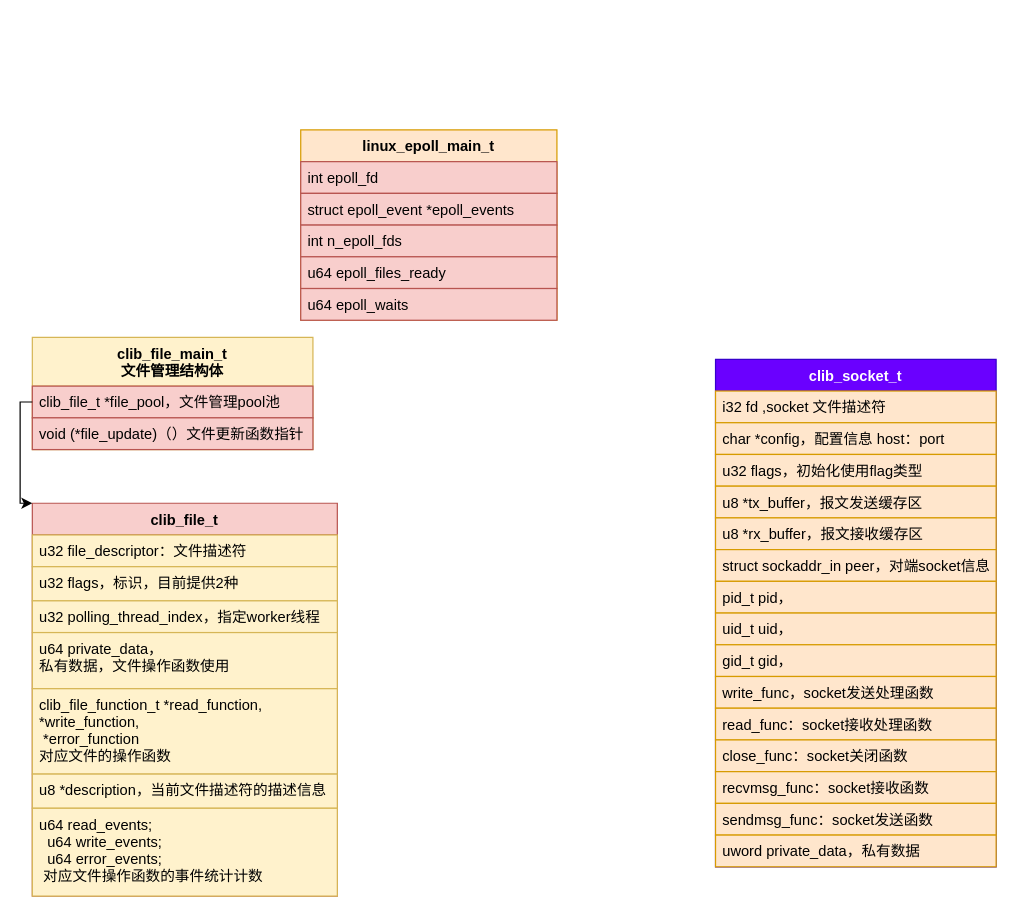
Earlier version of the draw.io diagram new_map/vppinfra_socket.drawio (jin13417/dpdk-vpp-learning). Source tidied: cells renumbered, new cells numbered last; positions are measured from the earlier drawing's top-left corner, leaving out a move shared by most shapes. Both pictures are drawn from the tidied source at 122%, with x=0, y=0 at pixel (20, 129).
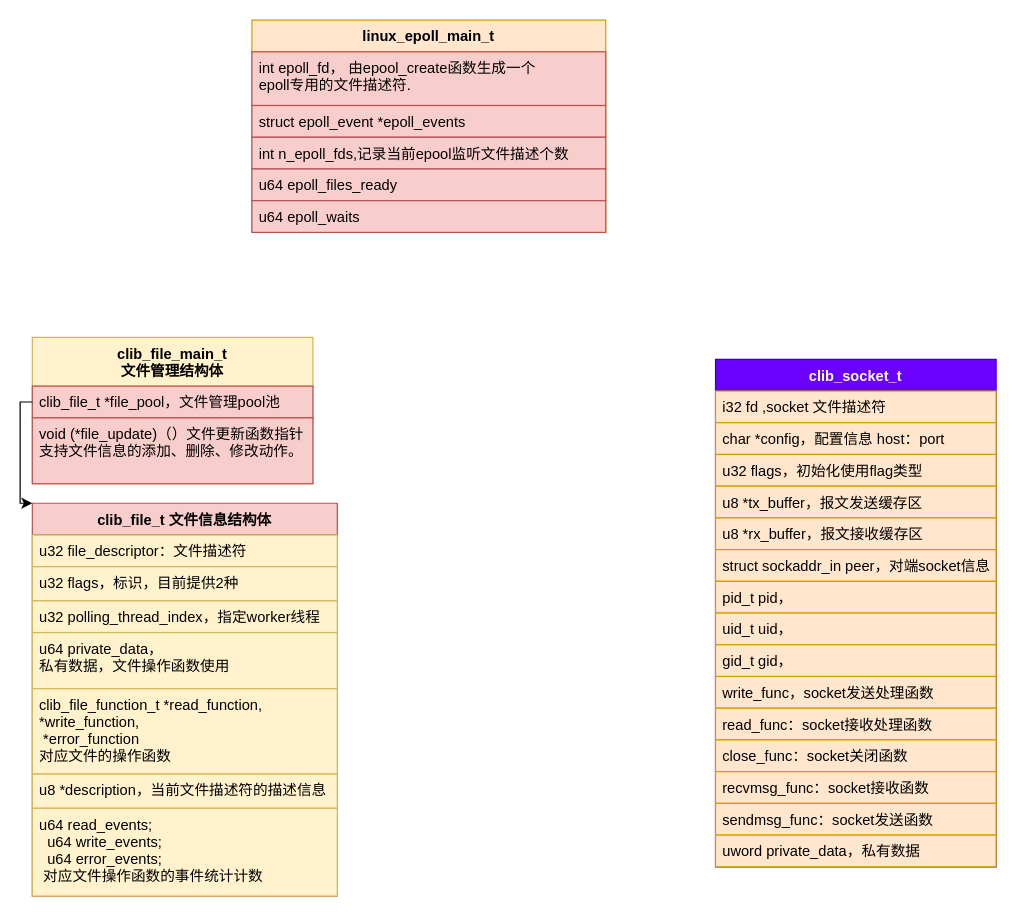
The same diagram, later.

Diff of the diagram source:
```diff
@@
     <mxCell id="18" value="linux_epoll_main_t" style="swimlane;fontStyle=1;align=center;verticalAlign=top;horizontal=1;startSize=26;fillColor=#ffe6cc;strokeColor=#d79b00;" parent="1" vertex="1">
-      <mxGeometry x="230" width="210" height="156" as="geometry" />
+      <mxGeometry x="190" y="-90" width="290" height="174" as="geometry" />
     </mxCell>
-    <mxCell id="19" value="int epoll_fd" style="text;strokeColor=#b85450;fillColor=#f8cecc;align=left;verticalAlign=top;spacingLeft=4;spacingRight=4;overflow=hidden;" parent="18" vertex="1">
-      <mxGeometry y="26" width="210" height="26" as="geometry" />
+    <mxCell id="19" value="int epoll_fd， 由epool_create函数生成一个&#10;epoll专用的文件描述符." style="text;strokeColor=#b85450;fillColor=#f8cecc;align=left;verticalAlign=top;spacingLeft=4;spacingRight=4;overflow=hidden;" parent="18" vertex="1">
+      <mxGeometry y="26" width="290" height="44" as="geometry" />
     </mxCell>
     <mxCell id="20" value="struct epoll_event *epoll_events" style="text;strokeColor=#b85450;fillColor=#f8cecc;align=left;verticalAlign=top;spacingLeft=4;spacingRight=4;overflow=hidden;" parent="18" vertex="1">
-      <mxGeometry y="52" width="210" height="26" as="geometry" />
+      <mxGeometry y="70" width="290" height="26" as="geometry" />
     </mxCell>
-    <mxCell id="21" value="int n_epoll_fds" style="text;fillColor=#f8cecc;align=left;verticalAlign=top;spacingLeft=4;spacingRight=4;overflow=hidden;strokeColor=#b85450;" parent="18" vertex="1">
-      <mxGeometry y="78" width="210" height="26" as="geometry" />
+    <mxCell id="21" value="int n_epoll_fds,记录当前epool监听文件描述个数" style="text;fillColor=#f8cecc;align=left;verticalAlign=top;spacingLeft=4;spacingRight=4;overflow=hidden;strokeColor=#b85450;" parent="18" vertex="1">
+      <mxGeometry y="96" width="290" height="26" as="geometry" />
     </mxCell>
     <mxCell id="22" value="u64 epoll_files_ready" style="text;fillColor=#f8cecc;align=left;verticalAlign=top;spacingLeft=4;spacingRight=4;overflow=hidden;strokeColor=#b85450;" parent="18" vertex="1">
-      <mxGeometry y="104" width="210" height="26" as="geometry" />
+      <mxGeometry y="122" width="290" height="26" as="geometry" />
     </mxCell>
     <mxCell id="23" value="u64 epoll_waits" style="text;fillColor=#f8cecc;align=left;verticalAlign=top;spacingLeft=4;spacingRight=4;overflow=hidden;strokeColor=#b85450;" parent="18" vertex="1">
-      <mxGeometry y="130" width="210" height="26" as="geometry" />
+      <mxGeometry y="148" width="290" height="26" as="geometry" />
     </mxCell>
     <mxCell id="24" value="clib_file_main_t&#10;文件管理结构体" style="swimlane;fontStyle=1;align=center;verticalAlign=top;horizontal=1;startSize=40;strokeColor=#d6b656;fillColor=#fff2cc;" parent="1" vertex="1">
-      <mxGeometry x="10" y="170" width="230" height="92" as="geometry" />
+      <mxGeometry x="10" y="170" width="230" height="120" as="geometry" />
     </mxCell>
@@
-    <mxCell id="26" value="void (*file_update)（）文件更新函数指针" style="text;strokeColor=#b85450;fillColor=#f8cecc;align=left;verticalAlign=top;spacingLeft=4;spacingRight=4;overflow=hidden;" parent="24" vertex="1">
-      <mxGeometry y="66" width="230" height="26" as="geometry" />
+    <mxCell id="26" value="void (*file_update)（）文件更新函数指针&#10;支持文件信息的添加、删除、修改动作。" style="text;strokeColor=#b85450;fillColor=#f8cecc;align=left;verticalAlign=top;spacingLeft=4;spacingRight=4;overflow=hidden;" parent="24" vertex="1">
+      <mxGeometry y="66" width="230" height="54" as="geometry" />
     </mxCell>
-    <mxCell id="27" value="clib_file_t" style="swimlane;fontStyle=1;align=center;verticalAlign=top;horizontal=1;startSize=26;strokeColor=#b85450;fillColor=#f8cecc;" parent="1" vertex="1">
+    <mxCell id="27" value="clib_file_t 文件信息结构体" style="swimlane;fontStyle=1;align=center;verticalAlign=top;horizontal=1;startSize=26;strokeColor=#b85450;fillColor=#f8cecc;" parent="1" vertex="1">
       <mxGeometry x="10" y="306" width="250" height="322" as="geometry" />
     </mxCell>
```
